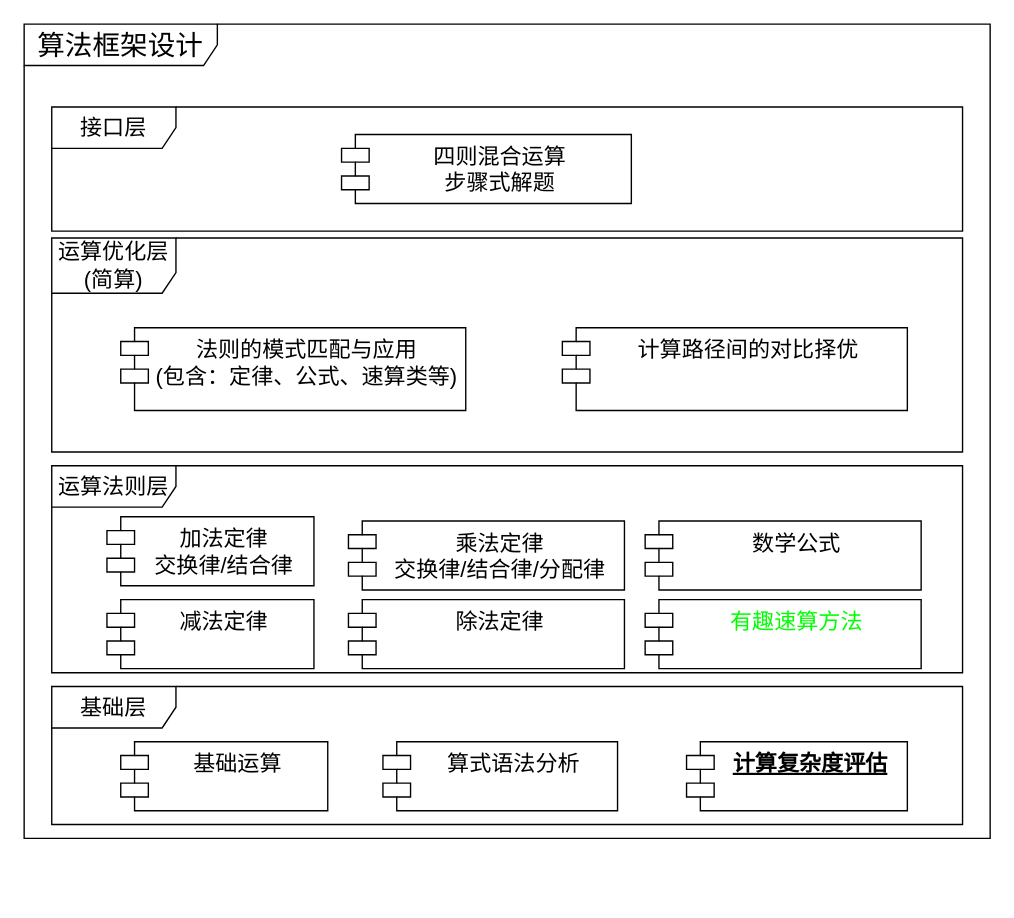
TinlerLin/MathEngine keeps this draw.io diagram as page "四则混合运算步骤拆解 算法设计组件图 的副本" (5 of 8) of 数学引擎.drawio. Above is the earlier version. Source tidied: cells renumbered, new cells numbered last; positions are measured from the earlier drawing's top-left corner, leaving out a move shared by most shapes. Both pictures are drawn from the tidied source at 138%, with x=0, y=0 at pixel (23, 23).
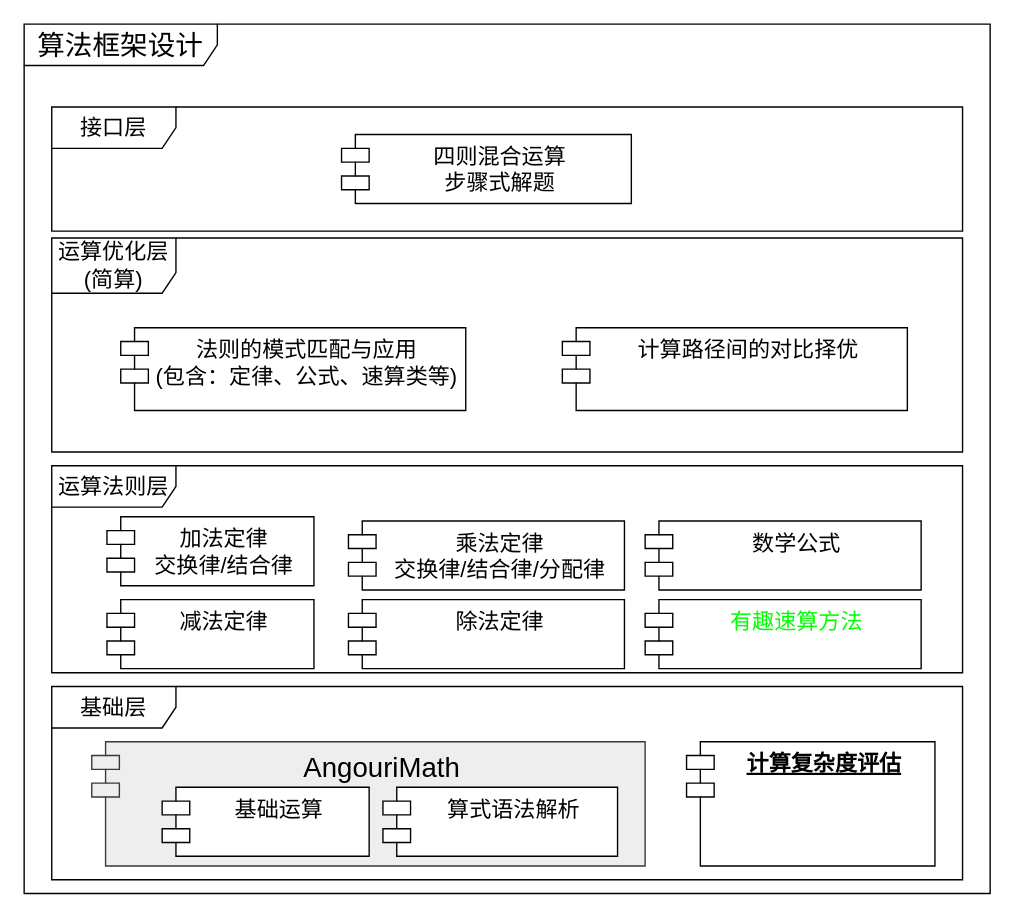
The same page after the edit.

Commit message:
更新数学引擎.drawio

What changed in the source:
```diff
@@
 <mxGraphModel>
   <root>
     <mxCell id="0" />
     <mxCell id="1" parent="0" />
     <mxCell id="2" value="算法框架设计" style="shape=umlFrame;whiteSpace=wrap;html=1;rounded=0;shadow=0;glass=0;sketch=0;fontSize=20;fontColor=#000000;strokeColor=default;strokeWidth=1;fillColor=default;width=140;height=30;" parent="1" vertex="1">
-      <mxGeometry width="700" height="590" as="geometry" />
+      <mxGeometry width="700" height="630" as="geometry" />
     </mxCell>
+    <mxCell id="6" value="基础层" style="shape=umlFrame;whiteSpace=wrap;html=1;width=90;height=30;fontSize=16;" parent="1" vertex="1">
+      <mxGeometry x="20" y="480" width="660" height="140" as="geometry" />
+    </mxCell>
+    <mxCell id="19" value="AngouriMath" style="shape=module;align=left;spacingLeft=20;align=center;verticalAlign=top;rounded=0;shadow=0;glass=0;sketch=0;fontSize=20;strokeColor=#36393d;strokeWidth=1;fillColor=#eeeeee;horizontal=1;" parent="1" vertex="1">
+      <mxGeometry x="49" y="520" width="401" height="90" as="geometry" />
+    </mxCell>
     <mxCell id="3" value="接口层" style="shape=umlFrame;whiteSpace=wrap;html=1;fontSize=16;width=90;height=30;" parent="1" vertex="1">
       <mxGeometry x="20" y="60" width="660" height="90" as="geometry" />
     </mxCell>
     <mxCell id="4" value="运算法则层" style="shape=umlFrame;whiteSpace=wrap;html=1;width=90;height=30;fontSize=16;" parent="1" vertex="1">
       <mxGeometry x="20" y="320" width="660" height="150" as="geometry" />
     </mxCell>
     <mxCell id="5" value="运算优化层&lt;br&gt;(简算)" style="shape=umlFrame;whiteSpace=wrap;html=1;width=90;height=40;fontSize=16;" parent="1" vertex="1">
       <mxGeometry x="20" y="155" width="660" height="155" as="geometry" />
     </mxCell>
-    <mxCell id="6" value="基础层" style="shape=umlFrame;whiteSpace=wrap;html=1;width=90;height=30;fontSize=16;" parent="1" vertex="1">
-      <mxGeometry x="20" y="480" width="660" height="100" as="geometry" />
-    </mxCell>
     <mxCell id="7" value="基础运算" style="shape=module;align=left;spacingLeft=20;align=center;verticalAlign=top;fontSize=16;" parent="1" vertex="1">
-      <mxGeometry x="70" y="520" width="150" height="50" as="geometry" />
+      <mxGeometry x="100" y="553" width="150" height="50" as="geometry" />
     </mxCell>
-    <mxCell id="8" value="算式语法分析" style="shape=module;align=left;spacingLeft=20;align=center;verticalAlign=top;fontSize=16;" parent="1" vertex="1">
-      <mxGeometry x="260" y="520" width="170" height="50" as="geometry" />
+    <mxCell id="8" value="算式语法解析" style="shape=module;align=left;spacingLeft=20;align=center;verticalAlign=top;fontSize=16;" parent="1" vertex="1">
+      <mxGeometry x="260" y="553" width="170" height="50" as="geometry" />
     </mxCell>
     <mxCell id="9" value="法则的模式匹配与应用&#10;(包含：定律、公式、速算类等)" style="shape=module;align=left;spacingLeft=20;align=center;verticalAlign=top;fontSize=16;" parent="1" vertex="1">
       <mxGeometry x="70" y="220" width="250" height="60" as="geometry" />
     </mxCell>
     <mxCell id="10" value="加法定律&#10;交换律/结合律" style="shape=module;align=left;spacingLeft=20;align=center;verticalAlign=top;fontSize=16;" parent="1" vertex="1">
       <mxGeometry x="60" y="357" width="150" height="50" as="geometry" />
     </mxCell>
     <mxCell id="11" value="乘法定律&#10;交换律/结合律/分配律" style="shape=module;align=left;spacingLeft=20;align=center;verticalAlign=top;fontSize=16;" parent="1" vertex="1">
       <mxGeometry x="235" y="360" width="200" height="50" as="geometry" />
     </mxCell>
     <mxCell id="12" value="四则混合运算&#10;步骤式解题" style="shape=module;align=left;spacingLeft=20;align=center;verticalAlign=top;fontSize=16;" parent="1" vertex="1">
       <mxGeometry x="230" y="80" width="210" height="50" as="geometry" />
     </mxCell>
     <mxCell id="13" value="减法定律" style="shape=module;align=left;spacingLeft=20;align=center;verticalAlign=top;fontSize=16;" parent="1" vertex="1">
       <mxGeometry x="60" y="417" width="150" height="50" as="geometry" />
     </mxCell>
     <mxCell id="14" value="除法定律" style="shape=module;align=left;spacingLeft=20;align=center;verticalAlign=top;fontSize=16;" parent="1" vertex="1">
       <mxGeometry x="235" y="417" width="200" height="50" as="geometry" />
     </mxCell>
     <mxCell id="15" value="计算复杂度评估" style="shape=module;align=left;spacingLeft=20;align=center;verticalAlign=top;fontSize=16;fontStyle=5;" parent="1" vertex="1">
-      <mxGeometry x="480" y="520" width="160" height="50" as="geometry" />
+      <mxGeometry x="480" y="520" width="180" height="90" as="geometry" />
     </mxCell>
     <mxCell id="16" value="数学公式" style="shape=module;align=left;spacingLeft=20;align=center;verticalAlign=top;fontSize=16;" parent="1" vertex="1">
       <mxGeometry x="450" y="360" width="200" height="50" as="geometry" />
     </mxCell>
     <mxCell id="17" value="有趣速算方法" style="shape=module;align=left;spacingLeft=20;align=center;verticalAlign=top;fontSize=16;fontColor=#00FF00;" parent="1" vertex="1">
       <mxGeometry x="450" y="417" width="200" height="50" as="geometry" />
     </mxCell>
     <mxCell id="18" value="计算路径间的对比择优" style="shape=module;align=left;spacingLeft=20;align=center;verticalAlign=top;fontSize=16;" parent="1" vertex="1">
       <mxGeometry x="390" y="220" width="250" height="60" as="geometry" />
     </mxCell>
   </root>
 </mxGraphModel>
```
